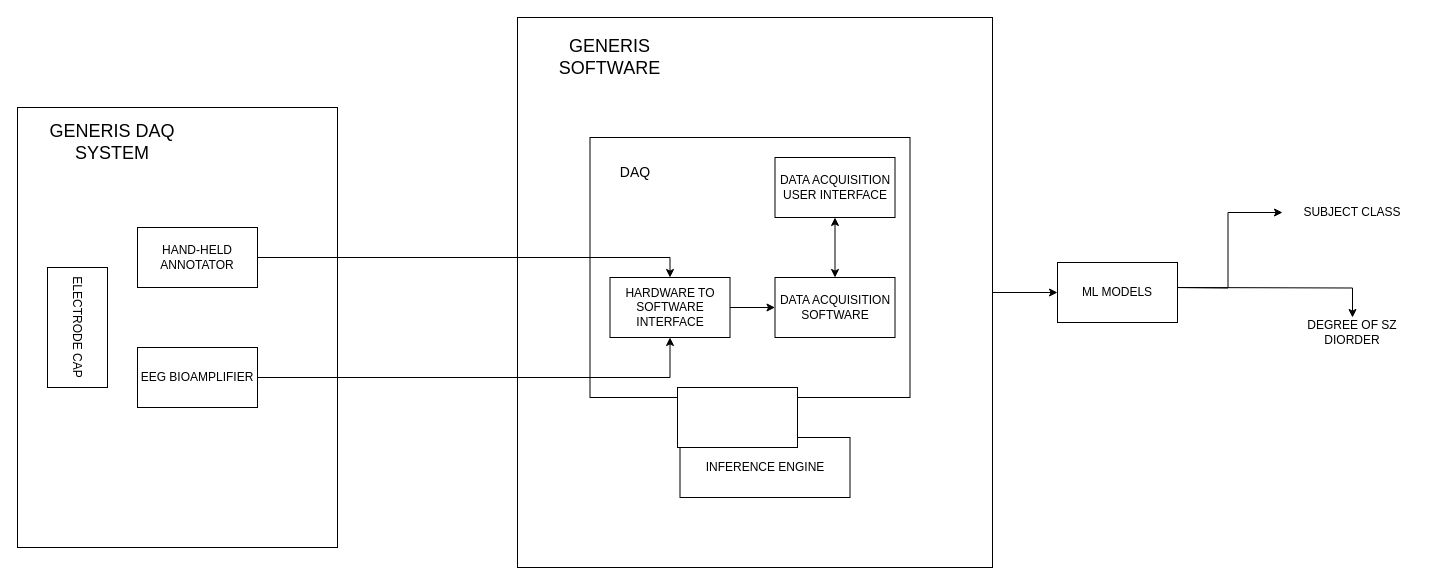
Above: images/technical/instrument(1).drawio in victorian177/MMN_SZ (draw.io), before the change. Source tidied: cells renumbered, new cells numbered last; positions are measured from the earlier drawing's top-left corner, leaving out a move shared by most shapes. Both pictures are drawn from the tidied source at 100%, with x=0, y=0 at pixel (17, 17).
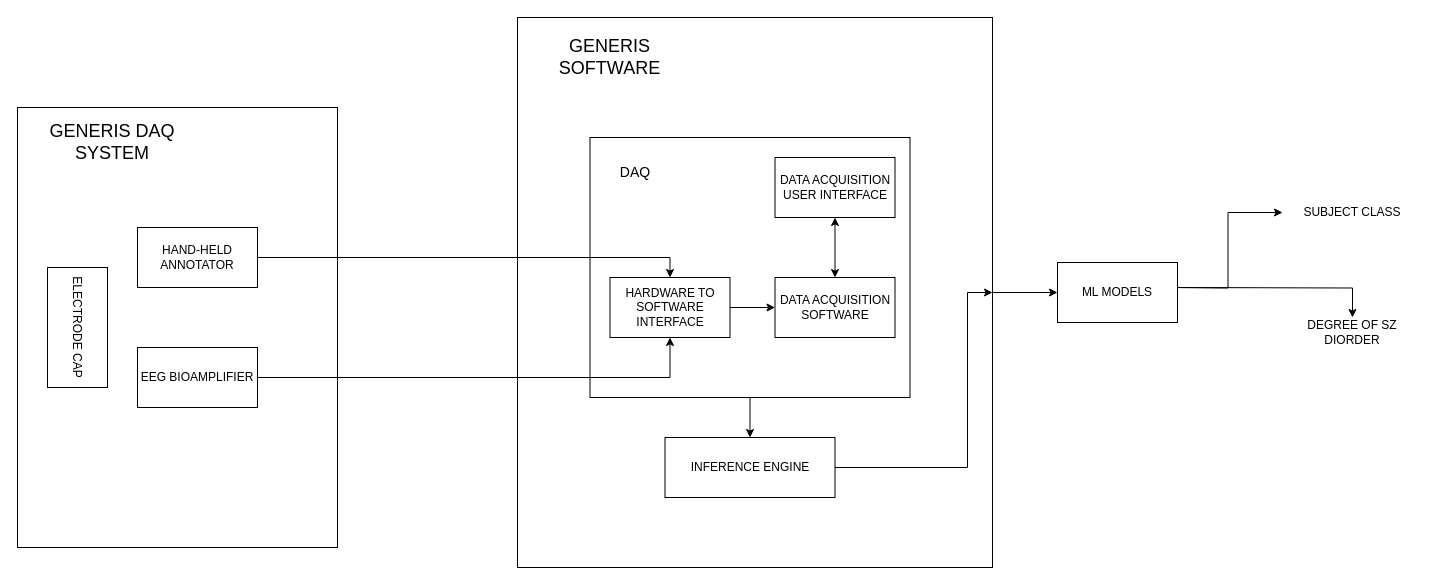
Above is the later version.

The change refers to these unchanged cells:
```xml
<mxCell id="10" style="rounded=0;whiteSpace=wrap;html=1;" parent="1" vertex="1">
  <mxGeometry x="500" width="475" height="550" as="geometry" />
</mxCell>
<mxCell id="14" style="rounded=0;whiteSpace=wrap;html=1;" parent="13" vertex="1">
  <mxGeometry width="320" height="260" as="geometry" />
</mxCell>
```

Diff of the diagram source:
```diff
@@
+    <mxCell id="27" style="edgeStyle=orthogonalEdgeStyle;rounded=0;jettySize=auto;html=1;exitX=1;exitY=0.5;exitDx=0;exitDy=0;entryX=1;entryY=0.5;entryDx=0;entryDy=0;" parent="1" edge="1" source="12" target="10">
+      <mxGeometry relative="1" as="geometry">
+        <Array as="points">
+          <mxPoint x="950" y="450" />
+          <mxPoint x="950" y="275" />
+        </Array>
+      </mxGeometry>
+    </mxCell>
     <mxCell id="12" value="INFERENCE ENGINE" style="rounded=0;whiteSpace=wrap;html=1;" parent="1" vertex="1">
-      <mxGeometry x="662.5" y="420" width="170" height="60" as="geometry" />
+      <mxGeometry x="647.5" y="420" width="170" height="60" as="geometry" />
     </mxCell>
@@
-    <mxCell id="25" style="rounded=0;whiteSpace=wrap;html=1;" parent="1" vertex="1">
-      <mxGeometry x="660" y="370" width="120" height="60" as="geometry" />
-    </mxCell>
@@
+    <mxCell id="28" style="edgeStyle=orthogonalEdgeStyle;rounded=0;jettySize=auto;html=1;exitX=0.5;exitY=1;exitDx=0;exitDy=0;" parent="1" edge="1" source="14" target="12">
+      <mxGeometry relative="1" as="geometry" />
+    </mxCell>
```
